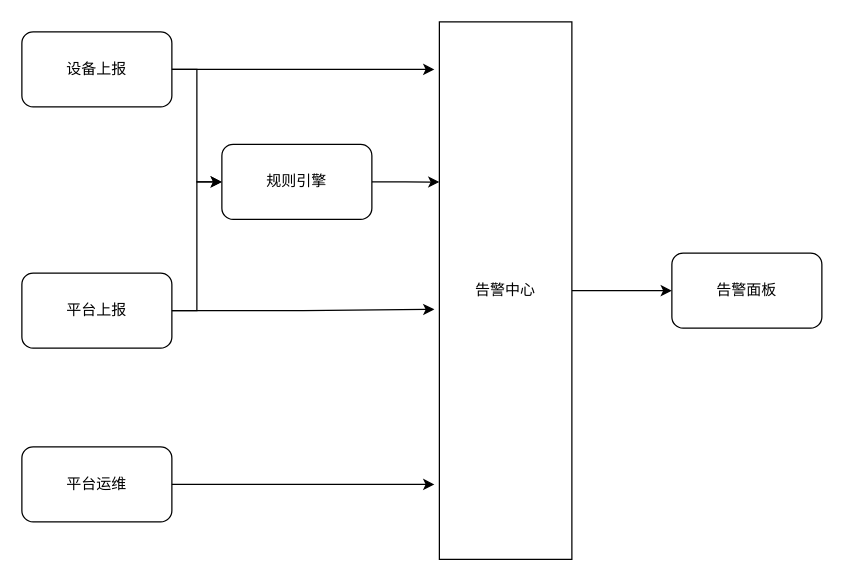
Before: page "告警中心" (2 of 2) of 空间智能化.drawio in Sidamor/drawio, a draw.io diagram. Source tidied: cells renumbered, new cells numbered last; positions are measured from the earlier drawing's top-left corner, leaving out a move shared by most shapes. Both pictures are drawn from the tidied source at 125%, with x=0, y=0 at pixel (21, 21).
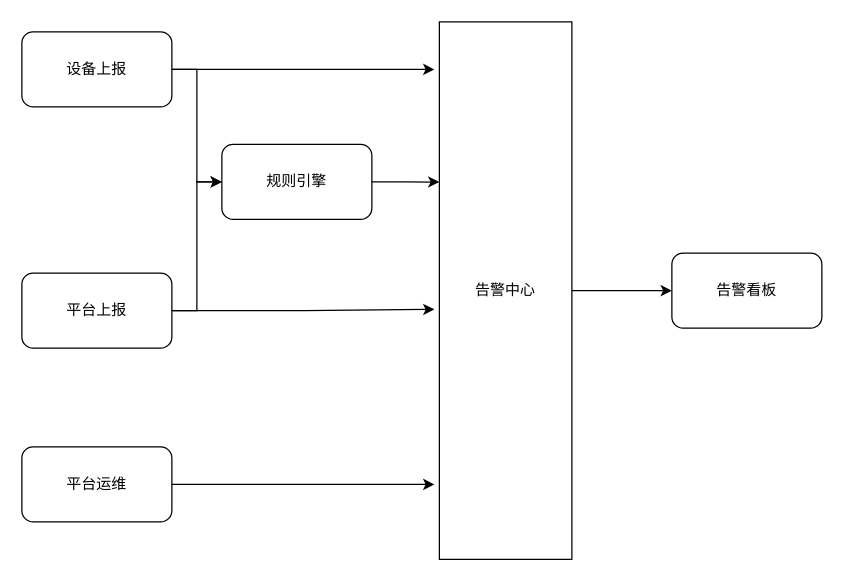
After the change.

Commit message:
更新空间智能化.drawio

Diff of the diagram source:
```diff
@@
 <mxGraphModel>
   <root>
     <mxCell id="0" />
     <mxCell id="1" parent="0" />
     <mxCell id="2" style="edgeStyle=orthogonalEdgeStyle;rounded=0;jettySize=auto;html=1;exitX=1;exitY=0.5;exitDx=0;exitDy=0;entryX=0;entryY=0.5;entryDx=0;entryDy=0;" parent="1" edge="1" source="3" target="5">
       <mxGeometry relative="1" as="geometry" />
     </mxCell>
     <mxCell id="3" value="设备上报" style="rounded=1;whiteSpace=wrap;html=1;" parent="1" vertex="1">
       <mxGeometry y="8" width="120" height="60" as="geometry" />
     </mxCell>
     <mxCell id="4" style="edgeStyle=orthogonalEdgeStyle;rounded=0;jettySize=auto;html=1;exitX=1;exitY=0.5;exitDx=0;exitDy=0;entryX=0;entryY=0.298;entryDx=0;entryDy=0;entryPerimeter=0;" parent="1" edge="1" source="5" target="9">
       <mxGeometry relative="1" as="geometry" />
     </mxCell>
     <mxCell id="5" value="规则引擎" style="rounded=1;whiteSpace=wrap;html=1;" parent="1" vertex="1">
       <mxGeometry x="160" y="98" width="120" height="60" as="geometry" />
     </mxCell>
     <mxCell id="6" style="edgeStyle=orthogonalEdgeStyle;rounded=0;jettySize=auto;html=1;exitX=1;exitY=0.5;exitDx=0;exitDy=0;entryX=0;entryY=0.5;entryDx=0;entryDy=0;" parent="1" edge="1" source="7" target="5">
       <mxGeometry relative="1" as="geometry" />
     </mxCell>
     <mxCell id="7" value="平台上报" style="rounded=1;whiteSpace=wrap;html=1;" parent="1" vertex="1">
       <mxGeometry y="201" width="120" height="60" as="geometry" />
     </mxCell>
     <mxCell id="8" style="edgeStyle=orthogonalEdgeStyle;rounded=0;jettySize=auto;html=1;exitX=1;exitY=0.5;exitDx=0;exitDy=0;entryX=0;entryY=0.5;entryDx=0;entryDy=0;" parent="1" edge="1" source="9" target="14">
       <mxGeometry relative="1" as="geometry" />
     </mxCell>
     <mxCell id="9" value="告警中心" style="rounded=0;whiteSpace=wrap;html=1;" parent="1" vertex="1">
       <mxGeometry x="334" width="106" height="430" as="geometry" />
     </mxCell>
     <mxCell id="10" style="edgeStyle=orthogonalEdgeStyle;rounded=0;jettySize=auto;html=1;exitX=1;exitY=0.5;exitDx=0;exitDy=0;" parent="1" edge="1" source="3">
       <mxGeometry relative="1" as="geometry">
         <mxPoint x="330" y="38" as="targetPoint" />
       </mxGeometry>
     </mxCell>
     <mxCell id="11" style="edgeStyle=orthogonalEdgeStyle;rounded=0;jettySize=auto;html=1;exitX=1;exitY=0.5;exitDx=0;exitDy=0;" parent="1" edge="1" source="7">
       <mxGeometry relative="1" as="geometry">
         <mxPoint x="330" y="230" as="targetPoint" />
       </mxGeometry>
     </mxCell>
     <mxCell id="12" value="平台运维" style="rounded=1;whiteSpace=wrap;html=1;" parent="1" vertex="1">
       <mxGeometry y="340" width="120" height="60" as="geometry" />
     </mxCell>
     <mxCell id="13" style="edgeStyle=orthogonalEdgeStyle;rounded=0;jettySize=auto;html=1;exitX=1;exitY=0.5;exitDx=0;exitDy=0;" parent="1" edge="1" source="12">
       <mxGeometry relative="1" as="geometry">
         <mxPoint x="330" y="370" as="targetPoint" />
       </mxGeometry>
     </mxCell>
-    <mxCell id="14" value="告警面板" style="rounded=1;whiteSpace=wrap;html=1;" parent="1" vertex="1">
+    <mxCell id="14" value="告警看板" style="rounded=1;whiteSpace=wrap;html=1;" parent="1" vertex="1">
       <mxGeometry x="520" y="185" width="120" height="60" as="geometry" />
     </mxCell>
   </root>
 </mxGraphModel>
```
